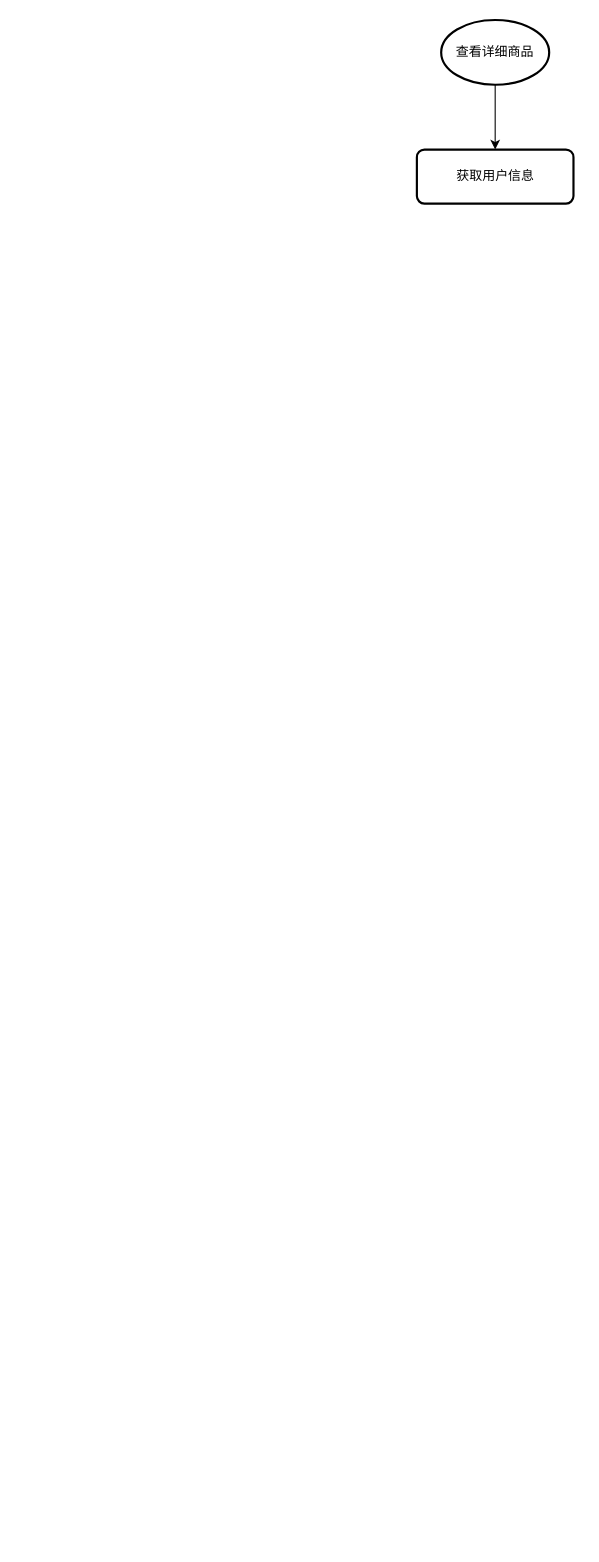
Above: page "第 2 页" (2 of 3) of drawio/single_item.drawio in mxz1994/concurrency (draw.io), before the change. Source tidied: cells renumbered, new cells numbered last; positions are measured from the earlier drawing's top-left corner, leaving out a move shared by most shapes. Both pictures are drawn from the tidied source at 108%, with x=0, y=0 at pixel (417, 19).
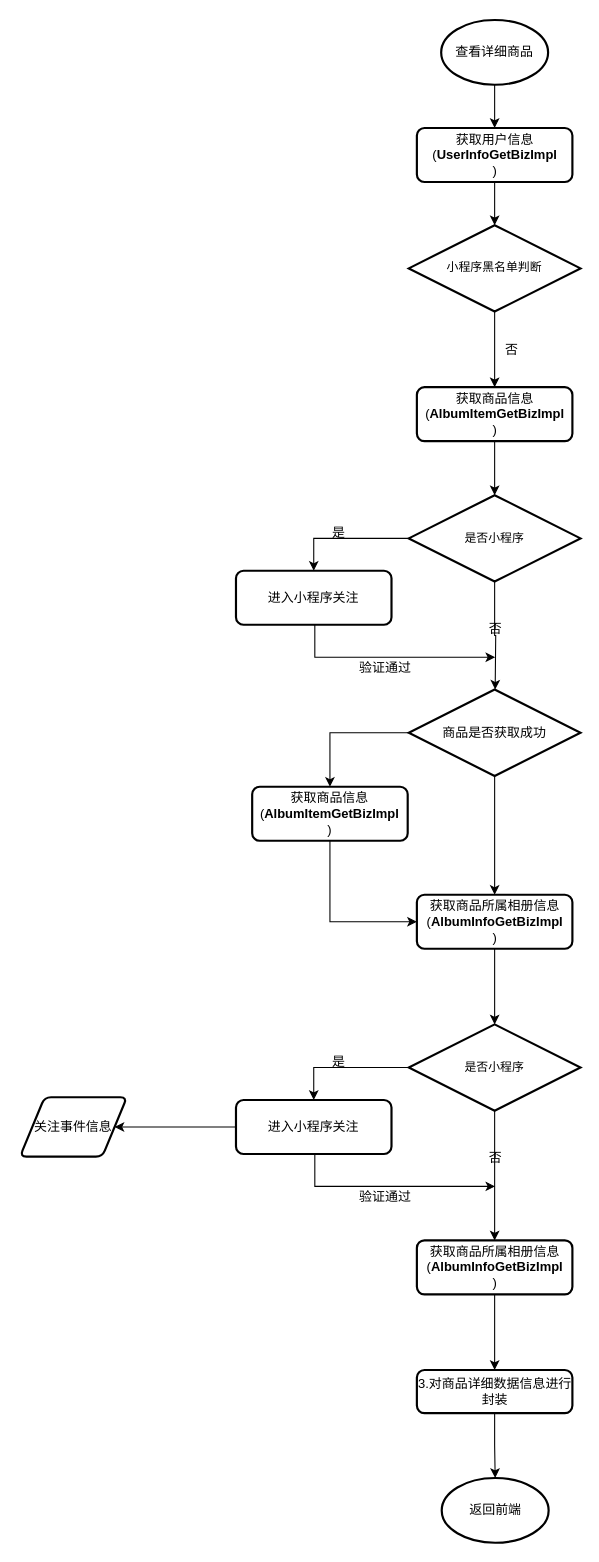
The same diagram, later.

The edit, as a diff of the source:
```diff
@@
     <mxCell id="3" value="查看详细商品" style="strokeWidth=2;html=1;shape=mxgraph.flowchart.start_1;whiteSpace=wrap;" parent="1" vertex="1">
-      <mxGeometry x="22" width="100" height="60" as="geometry" />
+      <mxGeometry x="22" width="99" height="60" as="geometry" />
     </mxCell>
+    <mxCell id="5" style="edgeStyle=orthogonalEdgeStyle;rounded=0;jettySize=auto;html=1;exitX=0.5;exitY=1;exitDx=0;exitDy=0;entryX=0.5;entryY=0;entryDx=0;entryDy=0;entryPerimeter=0;" parent="1" edge="1" source="4" target="7">
+      <mxGeometry relative="1" as="geometry" />
+    </mxCell>
-    <mxCell id="4" value="获取用户信息" style="rounded=1;whiteSpace=wrap;html=1;absoluteArcSize=1;arcSize=14;strokeWidth=2;" parent="1" vertex="1">
-      <mxGeometry x="-0.5" y="120" width="145" height="50" as="geometry" />
+    <mxCell id="4" value="获取用户信息(&lt;span style=&quot;font-weight: 600&quot;&gt;UserInfoGetBizImpl&lt;/span&gt;&lt;br&gt;)" style="rounded=1;whiteSpace=wrap;html=1;absoluteArcSize=1;arcSize=14;strokeWidth=2;" parent="1" vertex="1">
+      <mxGeometry x="-0.5" y="100" width="144" height="50" as="geometry" />
     </mxCell>
+    <mxCell id="6" style="edgeStyle=orthogonalEdgeStyle;rounded=0;jettySize=auto;html=1;exitX=0.5;exitY=1;exitDx=0;exitDy=0;exitPerimeter=0;entryX=0.5;entryY=0;entryDx=0;entryDy=0;" parent="1" edge="1" source="7" target="9">
+      <mxGeometry relative="1" as="geometry" />
+    </mxCell>
+    <mxCell id="7" value="&lt;pre&gt;&lt;font style=&quot;font-size: 11px&quot; face=&quot;Helvetica&quot;&gt;小程序黑名单判断&lt;/font&gt;&lt;/pre&gt;" style="strokeWidth=2;html=1;shape=mxgraph.flowchart.decision;whiteSpace=wrap;" parent="1" vertex="1">
+      <mxGeometry x="-8" y="190" width="159" height="80" as="geometry" />
+    </mxCell>
+    <mxCell id="8" style="edgeStyle=orthogonalEdgeStyle;rounded=0;jettySize=auto;html=1;exitX=0.5;exitY=1;exitDx=0;exitDy=0;" parent="1" edge="1" source="9" target="13">
+      <mxGeometry relative="1" as="geometry" />
+    </mxCell>
+    <mxCell id="9" value="获取商品信息(&lt;span style=&quot;font-weight: 600&quot;&gt;AlbumItemGetBizImpl&lt;/span&gt;&lt;br&gt;)" style="rounded=1;whiteSpace=wrap;html=1;absoluteArcSize=1;arcSize=14;strokeWidth=2;" parent="1" vertex="1">
+      <mxGeometry x="-0.5" y="340" width="144" height="50" as="geometry" />
+    </mxCell>
+    <mxCell id="10" value="否" style="text;html=1;align=center;verticalAlign=middle;" parent="1" vertex="1">
+      <mxGeometry x="72" y="296" width="30" height="20" as="geometry" />
+    </mxCell>
+    <mxCell id="11" style="edgeStyle=orthogonalEdgeStyle;rounded=0;jettySize=auto;html=1;exitX=0.5;exitY=1;exitDx=0;exitDy=0;exitPerimeter=0;" parent="1" edge="1" source="13">
+      <mxGeometry relative="1" as="geometry">
+        <mxPoint x="72" y="620" as="targetPoint" />
+      </mxGeometry>
+    </mxCell>
+    <mxCell id="12" style="edgeStyle=orthogonalEdgeStyle;rounded=0;jettySize=auto;html=1;exitX=0;exitY=0.5;exitDx=0;exitDy=0;exitPerimeter=0;entryX=0.5;entryY=0;entryDx=0;entryDy=0;" parent="1" edge="1" source="13" target="16">
+      <mxGeometry relative="1" as="geometry" />
+    </mxCell>
+    <mxCell id="13" value="&lt;br&gt;&lt;br&gt;&lt;pre style=&quot;font-size: 12px ; font-style: normal ; font-weight: 400 ; letter-spacing: normal ; text-align: center ; text-indent: 0px ; text-transform: none ; word-spacing: 0px&quot;&gt;&lt;font face=&quot;Helvetica&quot;&gt;&lt;span style=&quot;font-size: 11px&quot;&gt;是否小程序&lt;/span&gt;&lt;/font&gt;&lt;/pre&gt;&lt;br class=&quot;Apple-interchange-newline&quot;&gt;&lt;br&gt;" style="strokeWidth=2;html=1;shape=mxgraph.flowchart.decision;whiteSpace=wrap;" parent="1" vertex="1">
+      <mxGeometry x="-8" y="440" width="159" height="80" as="geometry" />
+    </mxCell>
+    <mxCell id="14" style="edgeStyle=orthogonalEdgeStyle;rounded=0;orthogonalLoop=1;jettySize=auto;html=1;exitX=0.5;exitY=1;exitDx=0;exitDy=0;exitPerimeter=0;" parent="1" edge="1" source="13" target="13">
+      <mxGeometry relative="1" as="geometry" />
+    </mxCell>
+    <mxCell id="15" style="edgeStyle=orthogonalEdgeStyle;rounded=0;jettySize=auto;html=1;exitX=0.5;exitY=1;exitDx=0;exitDy=0;" parent="1" edge="1" source="16">
+      <mxGeometry relative="1" as="geometry">
+        <mxPoint x="72" y="590" as="targetPoint" />
+        <Array as="points">
+          <mxPoint x="-95" y="590" />
+        </Array>
+      </mxGeometry>
+    </mxCell>
+    <mxCell id="16" value="进入小程序关注" style="rounded=1;whiteSpace=wrap;html=1;absoluteArcSize=1;arcSize=14;strokeWidth=2;" parent="1" vertex="1">
+      <mxGeometry x="-168" y="510" width="144" height="50" as="geometry" />
+    </mxCell>
+    <mxCell id="17" value="是" style="text;html=1;align=center;verticalAlign=middle;" parent="1" vertex="1">
+      <mxGeometry x="-88" y="465" width="30" height="20" as="geometry" />
+    </mxCell>
+    <mxCell id="18" value="否&lt;br&gt;" style="text;html=1;align=center;verticalAlign=middle;" parent="1" vertex="1">
+      <mxGeometry x="57" y="554" width="30" height="20" as="geometry" />
+    </mxCell>
+    <mxCell id="19" style="edgeStyle=orthogonalEdgeStyle;rounded=0;jettySize=auto;html=1;exitX=0;exitY=0.5;exitDx=0;exitDy=0;exitPerimeter=0;entryX=0.5;entryY=0;entryDx=0;entryDy=0;" parent="1" edge="1" source="21" target="24">
+      <mxGeometry relative="1" as="geometry" />
+    </mxCell>
+    <mxCell id="20" style="edgeStyle=orthogonalEdgeStyle;rounded=0;jettySize=auto;html=1;exitX=0.5;exitY=1;exitDx=0;exitDy=0;exitPerimeter=0;entryX=0.5;entryY=0;entryDx=0;entryDy=0;" parent="1" edge="1" source="21" target="26">
+      <mxGeometry relative="1" as="geometry" />
+    </mxCell>
+    <mxCell id="21" value="商品是否获取成功" style="strokeWidth=2;html=1;shape=mxgraph.flowchart.decision;whiteSpace=wrap;" parent="1" vertex="1">
+      <mxGeometry x="-8" y="620" width="159" height="80" as="geometry" />
+    </mxCell>
+    <mxCell id="22" value="验证通过" style="text;html=1;align=center;verticalAlign=middle;" parent="1" vertex="1">
+      <mxGeometry x="-60.5" y="590" width="60" height="20" as="geometry" />
+    </mxCell>
+    <mxCell id="23" style="edgeStyle=orthogonalEdgeStyle;rounded=0;jettySize=auto;html=1;exitX=0.5;exitY=1;exitDx=0;exitDy=0;entryX=0;entryY=0.5;entryDx=0;entryDy=0;" parent="1" edge="1" source="24" target="26">
+      <mxGeometry relative="1" as="geometry" />
+    </mxCell>
+    <mxCell id="24" value="获取商品信息(&lt;span style=&quot;font-weight: 600&quot;&gt;AlbumItemGetBizImpl&lt;/span&gt;&lt;br&gt;)" style="rounded=1;whiteSpace=wrap;html=1;absoluteArcSize=1;arcSize=14;strokeWidth=2;" parent="1" vertex="1">
+      <mxGeometry x="-153" y="710" width="144" height="50" as="geometry" />
+    </mxCell>
+    <mxCell id="25" style="edgeStyle=orthogonalEdgeStyle;rounded=0;jettySize=auto;html=1;exitX=0.5;exitY=1;exitDx=0;exitDy=0;entryX=0.5;entryY=0;entryDx=0;entryDy=0;entryPerimeter=0;" parent="1" edge="1" source="26" target="29">
+      <mxGeometry relative="1" as="geometry" />
+    </mxCell>
+    <mxCell id="26" value="获取商品所属相册信息(&lt;span style=&quot;font-weight: 600&quot;&gt;AlbumInfoGetBizImpl&lt;/span&gt;&lt;br&gt;)" style="rounded=1;whiteSpace=wrap;html=1;absoluteArcSize=1;arcSize=14;strokeWidth=2;" parent="1" vertex="1">
+      <mxGeometry x="-0.5" y="810" width="144" height="50" as="geometry" />
+    </mxCell>
+    <mxCell id="27" style="edgeStyle=orthogonalEdgeStyle;rounded=0;jettySize=auto;html=1;exitX=0;exitY=0.5;exitDx=0;exitDy=0;exitPerimeter=0;entryX=0.5;entryY=0;entryDx=0;entryDy=0;" parent="1" edge="1" source="29" target="33">
+      <mxGeometry relative="1" as="geometry" />
+    </mxCell>
+    <mxCell id="28" style="edgeStyle=orthogonalEdgeStyle;rounded=0;jettySize=auto;html=1;exitX=0.5;exitY=1;exitDx=0;exitDy=0;exitPerimeter=0;entryX=0.5;entryY=0;entryDx=0;entryDy=0;" parent="1" edge="1" source="29" target="38">
+      <mxGeometry relative="1" as="geometry">
+        <Array as="points">
+          <mxPoint x="72" y="1080" />
+          <mxPoint x="72" y="1080" />
+        </Array>
+      </mxGeometry>
+    </mxCell>
+    <mxCell id="29" value="&lt;br&gt;&lt;br&gt;&lt;pre style=&quot;font-size: 12px ; font-style: normal ; font-weight: 400 ; letter-spacing: normal ; text-align: center ; text-indent: 0px ; text-transform: none ; word-spacing: 0px&quot;&gt;&lt;font face=&quot;Helvetica&quot;&gt;&lt;span style=&quot;font-size: 11px&quot;&gt;是否小程序&lt;/span&gt;&lt;/font&gt;&lt;/pre&gt;&lt;br class=&quot;Apple-interchange-newline&quot;&gt;&lt;br&gt;" style="strokeWidth=2;html=1;shape=mxgraph.flowchart.decision;whiteSpace=wrap;" parent="1" vertex="1">
+      <mxGeometry x="-8" y="930" width="159" height="80" as="geometry" />
+    </mxCell>
+    <mxCell id="30" style="edgeStyle=orthogonalEdgeStyle;rounded=0;orthogonalLoop=1;jettySize=auto;html=1;exitX=0.5;exitY=1;exitDx=0;exitDy=0;exitPerimeter=0;" parent="1" edge="1" source="29" target="29">
+      <mxGeometry relative="1" as="geometry" />
+    </mxCell>
+    <mxCell id="31" style="edgeStyle=orthogonalEdgeStyle;rounded=0;jettySize=auto;html=1;exitX=0.5;exitY=1;exitDx=0;exitDy=0;" parent="1" edge="1" source="33">
+      <mxGeometry relative="1" as="geometry">
+        <mxPoint x="72" y="1080" as="targetPoint" />
+        <Array as="points">
+          <mxPoint x="-95" y="1080" />
+        </Array>
+      </mxGeometry>
+    </mxCell>
+    <mxCell id="32" style="edgeStyle=orthogonalEdgeStyle;rounded=0;jettySize=auto;html=1;exitX=0;exitY=0.5;exitDx=0;exitDy=0;entryX=1;entryY=0.5;entryDx=0;entryDy=0;" parent="1" edge="1" source="33" target="39">
+      <mxGeometry relative="1" as="geometry" />
+    </mxCell>
+    <mxCell id="33" value="进入小程序关注" style="rounded=1;whiteSpace=wrap;html=1;absoluteArcSize=1;arcSize=14;strokeWidth=2;" parent="1" vertex="1">
+      <mxGeometry x="-168" y="1000" width="144" height="50" as="geometry" />
+    </mxCell>
+    <mxCell id="34" value="是" style="text;html=1;align=center;verticalAlign=middle;" parent="1" vertex="1">
+      <mxGeometry x="-88" y="955" width="30" height="20" as="geometry" />
+    </mxCell>
+    <mxCell id="35" value="否&lt;br&gt;" style="text;html=1;align=center;verticalAlign=middle;" parent="1" vertex="1">
+      <mxGeometry x="57" y="1044" width="30" height="20" as="geometry" />
+    </mxCell>
+    <mxCell id="36" value="验证通过" style="text;html=1;align=center;verticalAlign=middle;" parent="1" vertex="1">
+      <mxGeometry x="-60.5" y="1080" width="60" height="20" as="geometry" />
+    </mxCell>
+    <mxCell id="37" style="edgeStyle=orthogonalEdgeStyle;rounded=0;jettySize=auto;html=1;entryX=0.5;entryY=0;entryDx=0;entryDy=0;" parent="1" edge="1" source="38" target="41">
+      <mxGeometry relative="1" as="geometry" />
+    </mxCell>
+    <mxCell id="38" value="获取商品所属相册信息(&lt;span style=&quot;font-weight: 600&quot;&gt;AlbumInfoGetBizImpl&lt;/span&gt;&lt;br&gt;)" style="rounded=1;whiteSpace=wrap;html=1;absoluteArcSize=1;arcSize=14;strokeWidth=2;" parent="1" vertex="1">
+      <mxGeometry x="-0.5" y="1130" width="144" height="50" as="geometry" />
+    </mxCell>
+    <mxCell id="39" value="关注事件信息" style="shape=parallelogram;html=1;strokeWidth=2;perimeter=parallelogramPerimeter;whiteSpace=wrap;rounded=1;arcSize=12;size=0.23;" parent="1" vertex="1">
+      <mxGeometry x="-368" y="997.5" width="99" height="55" as="geometry" />
+    </mxCell>
+    <mxCell id="40" style="edgeStyle=orthogonalEdgeStyle;rounded=0;jettySize=auto;html=1;entryX=0.5;entryY=0;entryDx=0;entryDy=0;entryPerimeter=0;" parent="1" edge="1" source="41" target="42">
+      <mxGeometry relative="1" as="geometry" />
+    </mxCell>
+    <mxCell id="41" value="3.对商品详细数据信息进行封装" style="rounded=1;whiteSpace=wrap;html=1;absoluteArcSize=1;arcSize=14;strokeWidth=2;" parent="1" vertex="1">
+      <mxGeometry x="-0.5" y="1250" width="144" height="40" as="geometry" />
+    </mxCell>
+    <mxCell id="42" value="返回前端" style="strokeWidth=2;html=1;shape=mxgraph.flowchart.start_1;whiteSpace=wrap;" parent="1" vertex="1">
+      <mxGeometry x="22.5" y="1350" width="99" height="60" as="geometry" />
+    </mxCell>
```
